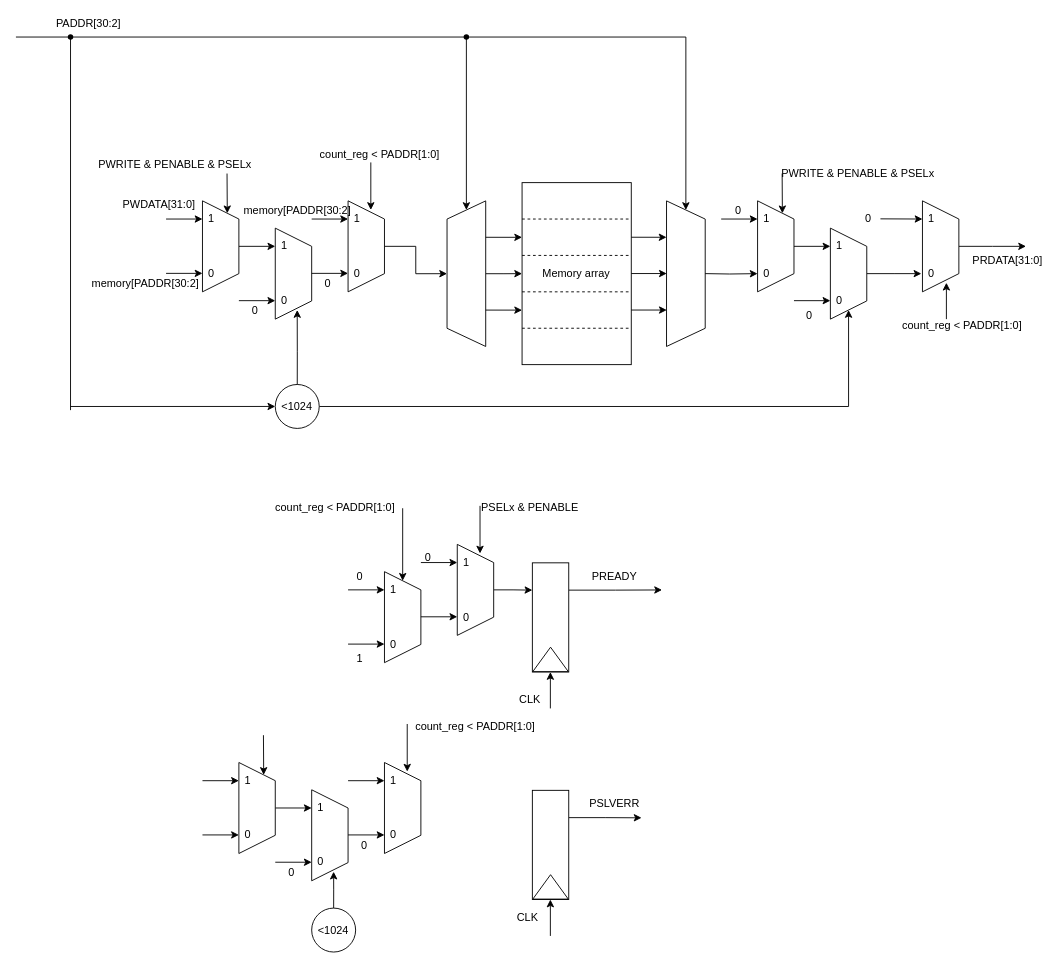
106210049/AMBA-APB keeps this draw.io diagram as page "APB Slave low level" (6 of 6) of APB.drawio. Above is the earlier version. Source tidied: cells renumbered, new cells numbered last; positions are measured from the earlier drawing's top-left corner, leaving out a move shared by most shapes. Both pictures are drawn from the tidied source at 91%, with x=0, y=0 at pixel (15, 15).
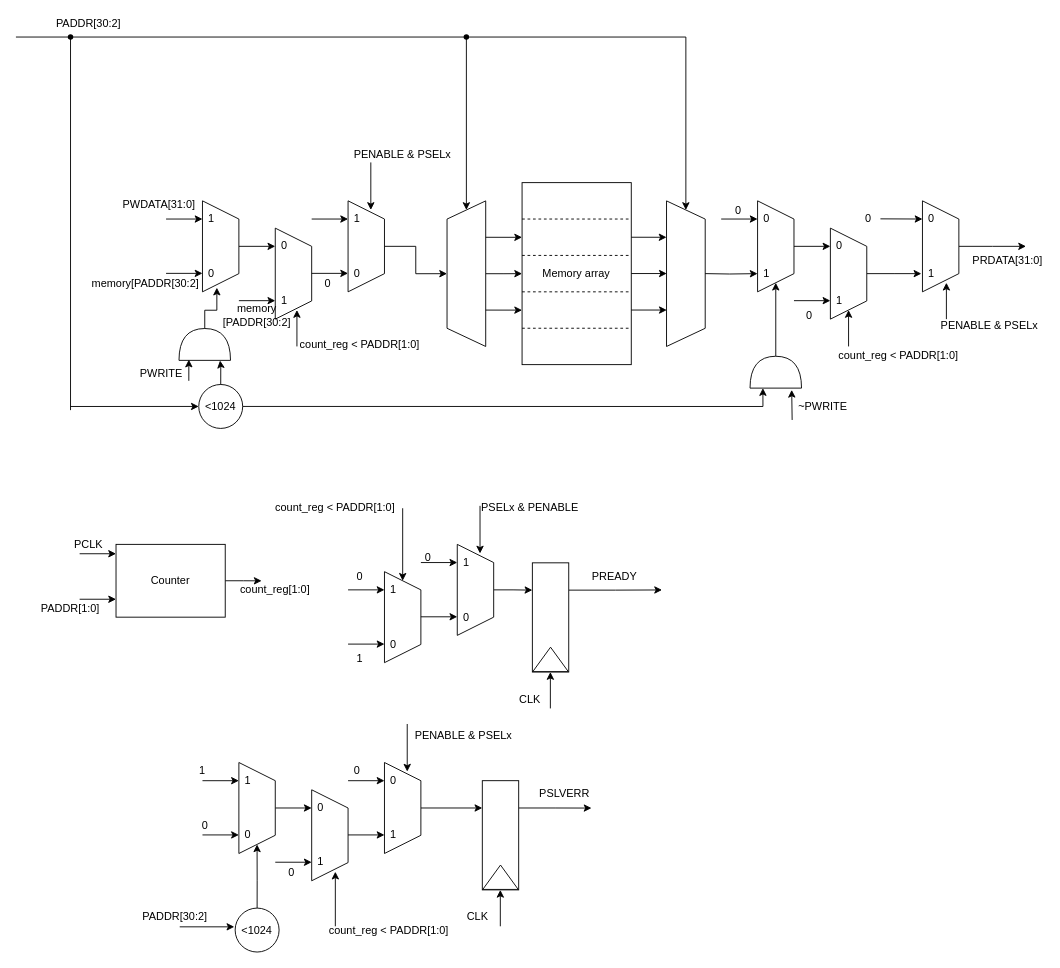
The same diagram, later.

The change refers to these unchanged cells:
```xml
<mxCell id="22" style="shape=trapezoid;perimeter=trapezoidPerimeter;whiteSpace=wrap;html=1;fixedSize=1;rotation=90;" parent="1" vertex="1">
  <mxGeometry x="255" y="264.2" width="100" height="40" as="geometry" />
</mxCell>
<mxCell id="44" style="shape=trapezoid;perimeter=trapezoidPerimeter;whiteSpace=wrap;html=1;fixedSize=1;rotation=90;" parent="1" vertex="1">
  <mxGeometry x="175" y="234.2" width="100" height="40" as="geometry" />
</mxCell>
<mxCell id="56" style="shape=trapezoid;perimeter=trapezoidPerimeter;whiteSpace=wrap;html=1;fixedSize=1;rotation=90;" parent="1" vertex="1">
  <mxGeometry x="785" y="234.2" width="100" height="40" as="geometry" />
</mxCell>
<mxCell id="107" style="shape=trapezoid;perimeter=trapezoidPerimeter;whiteSpace=wrap;html=1;fixedSize=1;rotation=90;" parent="1" vertex="1">
  <mxGeometry x="295" y="881.4" width="100" height="40" as="geometry" />
</mxCell>
<mxCell id="113" style="shape=trapezoid;perimeter=trapezoidPerimeter;whiteSpace=wrap;html=1;fixedSize=1;rotation=90;" parent="1" vertex="1">
  <mxGeometry x="215" y="851.4" width="100" height="40" as="geometry" />
</mxCell>
<mxCell id="121" style="shape=trapezoid;perimeter=trapezoidPerimeter;whiteSpace=wrap;html=1;fixedSize=1;rotation=90;" parent="1" vertex="1">
  <mxGeometry x="375" y="851.4" width="100" height="40" as="geometry" />
</mxCell>
```

The edit, as a diff of the source:
```diff
@@
-    <mxCell id="18" value="PWRITE &amp;amp; PENABLE &amp;amp; PSELx" style="text;html=1;whiteSpace=wrap;strokeColor=none;fillColor=none;align=center;verticalAlign=middle;rounded=0;" parent="1" vertex="1">
-      <mxGeometry x="70" y="154.9" width="210" height="20" as="geometry" />
+    <mxCell id="18" value="PENABLE &amp;amp; PSELx" style="text;html=1;whiteSpace=wrap;strokeColor=none;fillColor=none;align=center;verticalAlign=middle;rounded=0;" parent="1" vertex="1">
+      <mxGeometry x="370" y="144.2" width="110" height="20" as="geometry" />
     </mxCell>
@@
-    <mxCell id="25" value="0" style="text;html=1;whiteSpace=wrap;strokeColor=none;fillColor=none;align=center;verticalAlign=middle;rounded=0;" parent="1" vertex="1">
+    <mxCell id="25" value="1" style="text;html=1;whiteSpace=wrap;strokeColor=none;fillColor=none;align=center;verticalAlign=middle;rounded=0;" parent="1" vertex="1">
       <mxGeometry x="285" y="304.2" width="20" height="20" as="geometry" />
     </mxCell>
-    <mxCell id="26" value="1" style="text;html=1;whiteSpace=wrap;strokeColor=none;fillColor=none;align=center;verticalAlign=middle;rounded=0;" parent="1" vertex="1">
+    <mxCell id="26" value="0" style="text;html=1;whiteSpace=wrap;strokeColor=none;fillColor=none;align=center;verticalAlign=middle;rounded=0;" parent="1" vertex="1">
       <mxGeometry x="285" y="244.2" width="20" height="20" as="geometry" />
     </mxCell>
@@
-    <mxCell id="29" style="edgeStyle=orthogonalEdgeStyle;rounded=0;jettySize=auto;html=1;entryX=1;entryY=1;entryDx=0;entryDy=0;" parent="1" edge="1" source="30" target="54">
-      <mxGeometry relative="1" as="geometry" />
-    </mxCell>
     <mxCell id="30" value="&amp;lt;1024" style="ellipse;whiteSpace=wrap;html=1;" parent="1" vertex="1">
-      <mxGeometry x="285" y="406" width="48.3" height="48.3" as="geometry" />
+      <mxGeometry x="200.9" y="406" width="48.3" height="48.3" as="geometry" />
     </mxCell>
@@
     <mxCell id="36" style="edgeStyle=orthogonalEdgeStyle;rounded=0;jettySize=auto;html=1;exitX=1;exitY=0.25;exitDx=0;exitDy=0;" parent="1" edge="1" source="37">
       <mxGeometry relative="1" as="geometry">
-        <mxPoint x="687.5" y="882.2" as="targetPoint" />
+        <mxPoint x="632.5" y="871.5" as="targetPoint" />
       </mxGeometry>
     </mxCell>
     <mxCell id="37" style="rounded=0;whiteSpace=wrap;html=1;" parent="1" vertex="1">
-      <mxGeometry x="567.5" y="852" width="40" height="120" as="geometry" />
+      <mxGeometry x="512.5" y="841.4" width="40" height="120" as="geometry" />
     </mxCell>
     <mxCell id="38" value="PSLVERR" style="text;html=1;whiteSpace=wrap;strokeColor=none;fillColor=none;align=center;verticalAlign=middle;rounded=0;" parent="1" vertex="1">
-      <mxGeometry x="627.5" y="852" width="60" height="30" as="geometry" />
+      <mxGeometry x="572.5" y="841.4" width="60" height="30" as="geometry" />
     </mxCell>
     <mxCell id="39" style="triangle;whiteSpace=wrap;html=1;rotation=-90;" parent="1" vertex="1">
-      <mxGeometry x="574.1" y="938.6" width="26.8" height="39" as="geometry" />
+      <mxGeometry x="519.1" y="928" width="26.8" height="39" as="geometry" />
     </mxCell>
     <mxCell id="40" style="endArrow=classic;html=1;rounded=0;" parent="1" edge="1">
       <mxGeometry relative="1" as="geometry">
-        <mxPoint x="587.3" y="1012" as="sourcePoint" />
-        <mxPoint x="587.3" y="972" as="targetPoint" />
+        <mxPoint x="532.3" y="1001.4" as="sourcePoint" />
+        <mxPoint x="532.3" y="961.4" as="targetPoint" />
       </mxGeometry>
     </mxCell>
     <mxCell id="41" value="CLK" style="text;strokeColor=none;align=center;fillColor=none;html=1;verticalAlign=middle;whiteSpace=wrap;rounded=0;" parent="1" vertex="1">
-      <mxGeometry x="540" y="982" width="45" height="20" as="geometry" />
+      <mxGeometry x="485" y="981.4" width="45" height="20" as="geometry" />
     </mxCell>
@@
-    <mxCell id="48" style="endArrow=classic;html=1;rounded=0;entryX=0;entryY=0.25;entryDx=0;entryDy=0;" parent="1" edge="1" target="44">
+    <mxCell id="48" style="endArrow=classic;html=1;rounded=0;" parent="1" edge="1">
       <mxGeometry relative="1" as="geometry">
-        <mxPoint x="232" y="174.2" as="sourcePoint" />
+        <mxPoint x="308.8" y="364.2" as="sourcePoint" />
+        <mxPoint x="308.8" y="324.2" as="targetPoint" />
       </mxGeometry>
     </mxCell>
-    <mxCell id="49" value="PWRITE &amp;amp; PENABLE &amp;amp; PSELx" style="text;html=1;whiteSpace=wrap;strokeColor=none;fillColor=none;align=center;verticalAlign=middle;rounded=0;" parent="1" vertex="1">
-      <mxGeometry x="840" y="164.2" width="171.2" height="20" as="geometry" />
+    <mxCell id="49" value="PENABLE &amp;amp; PSELx" style="text;html=1;whiteSpace=wrap;strokeColor=none;fillColor=none;align=center;verticalAlign=middle;rounded=0;" parent="1" vertex="1">
+      <mxGeometry x="1010" y="332" width="120" height="20" as="geometry" />
     </mxCell>
@@
-    <mxCell id="54" value="0" style="text;html=1;whiteSpace=wrap;strokeColor=none;fillColor=none;align=center;verticalAlign=middle;rounded=0;" parent="1" vertex="1">
+    <mxCell id="54" value="1" style="text;html=1;whiteSpace=wrap;strokeColor=none;fillColor=none;align=center;verticalAlign=middle;rounded=0;" parent="1" vertex="1">
       <mxGeometry x="895" y="304.2" width="20" height="20" as="geometry" />
     </mxCell>
-    <mxCell id="55" value="1" style="text;html=1;whiteSpace=wrap;strokeColor=none;fillColor=none;align=center;verticalAlign=middle;rounded=0;" parent="1" vertex="1">
+    <mxCell id="55" value="0" style="text;html=1;whiteSpace=wrap;strokeColor=none;fillColor=none;align=center;verticalAlign=middle;rounded=0;" parent="1" vertex="1">
       <mxGeometry x="895" y="244.2" width="20" height="20" as="geometry" />
     </mxCell>
@@
-    <mxCell id="58" value="0" style="text;html=1;whiteSpace=wrap;strokeColor=none;fillColor=none;align=center;verticalAlign=middle;rounded=0;" parent="1" vertex="1">
+    <mxCell id="58" value="1" style="text;html=1;whiteSpace=wrap;strokeColor=none;fillColor=none;align=center;verticalAlign=middle;rounded=0;" parent="1" vertex="1">
       <mxGeometry x="815" y="274.2" width="20" height="20" as="geometry" />
     </mxCell>
-    <mxCell id="59" value="1" style="text;html=1;whiteSpace=wrap;strokeColor=none;fillColor=none;align=center;verticalAlign=middle;rounded=0;" parent="1" vertex="1">
+    <mxCell id="59" value="0" style="text;html=1;whiteSpace=wrap;strokeColor=none;fillColor=none;align=center;verticalAlign=middle;rounded=0;" parent="1" vertex="1">
       <mxGeometry x="815" y="214.2" width="20" height="20" as="geometry" />
     </mxCell>
-    <mxCell id="60" style="endArrow=classic;html=1;rounded=0;entryX=0;entryY=0.25;entryDx=0;entryDy=0;" parent="1" edge="1" target="56">
-      <mxGeometry relative="1" as="geometry">
-        <mxPoint x="842" y="174.2" as="sourcePoint" />
-      </mxGeometry>
-    </mxCell>
-    <mxCell id="61" style="edgeStyle=orthogonalEdgeStyle;rounded=0;jettySize=auto;html=1;entryX=0.9;entryY=0.397;entryDx=0;entryDy=0;entryPerimeter=0;" parent="1" edge="1" source="30" target="22">
-      <mxGeometry relative="1" as="geometry" />
-    </mxCell>
@@
-    <mxCell id="66" value="0" style="text;html=1;whiteSpace=wrap;strokeColor=none;fillColor=none;align=center;verticalAlign=middle;rounded=0;" parent="1" vertex="1">
-      <mxGeometry x="250" y="310.4" width="26.2" height="30" as="geometry" />
-    </mxCell>
@@
     <mxCell id="79" value="count_reg &amp;lt; PADDR[1:0]" style="text;html=1;whiteSpace=wrap;strokeColor=none;fillColor=none;align=center;verticalAlign=middle;rounded=0;" parent="1" vertex="1">
-      <mxGeometry x="325" y="144.2" width="150" height="20" as="geometry" />
+      <mxGeometry x="303.1" y="352" width="150" height="20" as="geometry" />
     </mxCell>
-    <mxCell id="80" value="memory[PADDR[30:2]" style="text;html=1;whiteSpace=wrap;strokeColor=none;fillColor=none;align=center;verticalAlign=middle;rounded=0;" parent="1" vertex="1">
-      <mxGeometry x="246.6" y="200.4" width="125" height="30" as="geometry" />
+    <mxCell id="80" value="memory&lt;div&gt;[PADDR[30:2]&lt;/div&gt;" style="text;html=1;whiteSpace=wrap;strokeColor=none;fillColor=none;align=center;verticalAlign=middle;rounded=0;" parent="1" vertex="1">
+      <mxGeometry x="240" y="315.4" width="50" height="30" as="geometry" />
     </mxCell>
@@
-    <mxCell id="83" value="0" style="text;html=1;whiteSpace=wrap;strokeColor=none;fillColor=none;align=center;verticalAlign=middle;rounded=0;" parent="1" vertex="1">
+    <mxCell id="83" value="1" style="text;html=1;whiteSpace=wrap;strokeColor=none;fillColor=none;align=center;verticalAlign=middle;rounded=0;" parent="1" vertex="1">
       <mxGeometry x="996.2" y="274.2" width="20" height="20" as="geometry" />
     </mxCell>
-    <mxCell id="84" value="1" style="text;html=1;whiteSpace=wrap;strokeColor=none;fillColor=none;align=center;verticalAlign=middle;rounded=0;" parent="1" vertex="1">
+    <mxCell id="84" value="0" style="text;html=1;whiteSpace=wrap;strokeColor=none;fillColor=none;align=center;verticalAlign=middle;rounded=0;" parent="1" vertex="1">
       <mxGeometry x="996.2" y="214.2" width="20" height="20" as="geometry" />
     </mxCell>
@@
     <mxCell id="88" value="count_reg &amp;lt; PADDR[1:0]" style="text;html=1;whiteSpace=wrap;strokeColor=none;fillColor=none;align=center;verticalAlign=middle;rounded=0;" parent="1" vertex="1">
-      <mxGeometry x="965" y="332" width="150" height="20" as="geometry" />
+      <mxGeometry x="895" y="364.2" width="150" height="20" as="geometry" />
     </mxCell>
@@
-    <mxCell id="110" value="0" style="text;html=1;whiteSpace=wrap;strokeColor=none;fillColor=none;align=center;verticalAlign=middle;rounded=0;" parent="1" vertex="1">
+    <mxCell id="110" value="1" style="text;html=1;whiteSpace=wrap;strokeColor=none;fillColor=none;align=center;verticalAlign=middle;rounded=0;" parent="1" vertex="1">
       <mxGeometry x="325" y="921.4" width="20" height="20" as="geometry" />
     </mxCell>
-    <mxCell id="111" value="1" style="text;html=1;whiteSpace=wrap;strokeColor=none;fillColor=none;align=center;verticalAlign=middle;rounded=0;" parent="1" vertex="1">
+    <mxCell id="111" value="0" style="text;html=1;whiteSpace=wrap;strokeColor=none;fillColor=none;align=center;verticalAlign=middle;rounded=0;" parent="1" vertex="1">
       <mxGeometry x="325" y="861.4" width="20" height="20" as="geometry" />
     </mxCell>
+    <mxCell id="129" style="edgeStyle=orthogonalEdgeStyle;rounded=0;jettySize=auto;html=1;entryX=1;entryY=0.5;entryDx=0;entryDy=0;" parent="1" edge="1" source="112" target="113">
+      <mxGeometry relative="1" as="geometry" />
+    </mxCell>
     <mxCell id="112" value="&amp;lt;1024" style="ellipse;whiteSpace=wrap;html=1;" parent="1" vertex="1">
-      <mxGeometry x="325" y="981.4" width="48.3" height="48.3" as="geometry" />
+      <mxGeometry x="240.9" y="981.4" width="48.3" height="48.3" as="geometry" />
     </mxCell>
@@
-    <mxCell id="117" style="endArrow=classic;html=1;rounded=0;entryX=0;entryY=0.25;entryDx=0;entryDy=0;" parent="1" edge="1" target="113">
-      <mxGeometry relative="1" as="geometry">
-        <mxPoint x="272" y="791.4" as="sourcePoint" />
-      </mxGeometry>
-    </mxCell>
-    <mxCell id="118" style="edgeStyle=orthogonalEdgeStyle;rounded=0;jettySize=auto;html=1;entryX=0.9;entryY=0.397;entryDx=0;entryDy=0;entryPerimeter=0;" parent="1" edge="1" source="112" target="107">
-      <mxGeometry relative="1" as="geometry" />
-    </mxCell>
@@
+    <mxCell id="130" style="edgeStyle=orthogonalEdgeStyle;rounded=0;jettySize=auto;html=1;exitX=0.5;exitY=0;exitDx=0;exitDy=0;entryX=0;entryY=0.25;entryDx=0;entryDy=0;" parent="1" edge="1" source="121" target="37">
+      <mxGeometry relative="1" as="geometry" />
+    </mxCell>
@@
-    <mxCell id="124" value="0" style="text;html=1;whiteSpace=wrap;strokeColor=none;fillColor=none;align=center;verticalAlign=middle;rounded=0;" parent="1" vertex="1">
+    <mxCell id="124" value="1" style="text;html=1;whiteSpace=wrap;strokeColor=none;fillColor=none;align=center;verticalAlign=middle;rounded=0;" parent="1" vertex="1">
       <mxGeometry x="405" y="891.4" width="20" height="20" as="geometry" />
     </mxCell>
-    <mxCell id="125" value="1" style="text;html=1;whiteSpace=wrap;strokeColor=none;fillColor=none;align=center;verticalAlign=middle;rounded=0;" parent="1" vertex="1">
+    <mxCell id="125" value="0" style="text;html=1;whiteSpace=wrap;strokeColor=none;fillColor=none;align=center;verticalAlign=middle;rounded=0;" parent="1" vertex="1">
       <mxGeometry x="405" y="831.4" width="20" height="20" as="geometry" />
     </mxCell>
-    <mxCell id="126" value="0" style="text;html=1;whiteSpace=wrap;strokeColor=none;fillColor=none;align=center;verticalAlign=middle;rounded=0;" parent="1" vertex="1">
-      <mxGeometry x="370" y="897.5" width="26.2" height="30" as="geometry" />
-    </mxCell>
@@
     <mxCell id="128" value="count_reg &amp;lt; PADDR[1:0]" style="text;html=1;whiteSpace=wrap;strokeColor=none;fillColor=none;align=center;verticalAlign=middle;rounded=0;" parent="1" vertex="1">
-      <mxGeometry x="430" y="772" width="150" height="20" as="geometry" />
+      <mxGeometry x="335" y="995.5" width="150" height="20" as="geometry" />
     </mxCell>
+    <mxCell id="131" style="shape=or;whiteSpace=wrap;html=1;rotation=-90;" parent="1" vertex="1">
+      <mxGeometry x="190" y="333.7" width="35" height="56.6" as="geometry" />
+    </mxCell>
+    <mxCell id="132" style="edgeStyle=orthogonalEdgeStyle;rounded=0;jettySize=auto;html=1;entryX=0.954;entryY=0.605;entryDx=0;entryDy=0;entryPerimeter=0;" parent="1" edge="1" source="131" target="44">
+      <mxGeometry relative="1" as="geometry" />
+    </mxCell>
+    <mxCell id="133" style="edgeStyle=orthogonalEdgeStyle;rounded=0;jettySize=auto;html=1;entryX=-0.005;entryY=0.797;entryDx=0;entryDy=0;entryPerimeter=0;" parent="1" edge="1" source="30" target="131">
+      <mxGeometry relative="1" as="geometry" />
+    </mxCell>
+    <mxCell id="134" style="endArrow=classic;html=1;rounded=0;entryX=0.024;entryY=0.191;entryDx=0;entryDy=0;entryPerimeter=0;" parent="1" edge="1" target="131">
+      <mxGeometry relative="1" as="geometry">
+        <mxPoint x="190" y="402" as="sourcePoint" />
+      </mxGeometry>
+    </mxCell>
+    <mxCell id="135" value="PWRITE" style="text;html=1;whiteSpace=wrap;strokeColor=none;fillColor=none;align=center;verticalAlign=middle;rounded=0;" parent="1" vertex="1">
+      <mxGeometry x="125" y="384.2" width="70" height="20" as="geometry" />
+    </mxCell>
+    <mxCell id="136" style="endArrow=classic;html=1;rounded=0;" parent="1" edge="1">
+      <mxGeometry relative="1" as="geometry">
+        <mxPoint x="915" y="364.2" as="sourcePoint" />
+        <mxPoint x="915" y="324.2" as="targetPoint" />
+      </mxGeometry>
+    </mxCell>
+    <mxCell id="137" style="edgeStyle=orthogonalEdgeStyle;rounded=0;jettySize=auto;html=1;" parent="1" edge="1" source="138" target="56">
+      <mxGeometry relative="1" as="geometry" />
+    </mxCell>
+    <mxCell id="138" style="shape=or;whiteSpace=wrap;html=1;rotation=-90;" parent="1" vertex="1">
+      <mxGeometry x="817.5" y="364.2" width="35" height="56.6" as="geometry" />
+    </mxCell>
+    <mxCell id="139" style="edgeStyle=orthogonalEdgeStyle;rounded=0;jettySize=auto;html=1;exitX=1;exitY=0.5;exitDx=0;exitDy=0;entryX=0;entryY=0.25;entryDx=0;entryDy=0;entryPerimeter=0;" parent="1" edge="1" source="30" target="138">
+      <mxGeometry relative="1" as="geometry" />
+    </mxCell>
+    <mxCell id="140" style="endArrow=classic;html=1;rounded=0;entryX=-0.055;entryY=0.809;entryDx=0;entryDy=0;entryPerimeter=0;" parent="1" edge="1" target="138">
+      <mxGeometry relative="1" as="geometry">
+        <mxPoint x="853" y="445" as="sourcePoint" />
+      </mxGeometry>
+    </mxCell>
+    <mxCell id="141" value="~PWRITE" style="text;html=1;whiteSpace=wrap;strokeColor=none;fillColor=none;align=center;verticalAlign=middle;rounded=0;" parent="1" vertex="1">
+      <mxGeometry x="853.8" y="420.9" width="66.2" height="20" as="geometry" />
+    </mxCell>
+    <mxCell id="142" value="PENABLE &amp;amp; PSELx" style="text;html=1;whiteSpace=wrap;strokeColor=none;fillColor=none;align=center;verticalAlign=middle;rounded=0;" parent="1" vertex="1">
+      <mxGeometry x="432.5" y="782" width="117.5" height="20" as="geometry" />
+    </mxCell>
+    <mxCell id="143" style="endArrow=classic;html=1;rounded=0;" parent="1" edge="1">
+      <mxGeometry relative="1" as="geometry">
+        <mxPoint x="351" y="1001.4" as="sourcePoint" />
+        <mxPoint x="351" y="941.4" as="targetPoint" />
+      </mxGeometry>
+    </mxCell>
+    <mxCell id="144" style="endArrow=classic;html=1;rounded=0;" parent="1" edge="1">
+      <mxGeometry relative="1" as="geometry">
+        <mxPoint x="180" y="1002" as="sourcePoint" />
+        <mxPoint x="240" y="1002" as="targetPoint" />
+      </mxGeometry>
+    </mxCell>
+    <mxCell id="145" value="PADDR[30:2]" style="text;strokeColor=none;align=center;fillColor=none;html=1;verticalAlign=middle;whiteSpace=wrap;rounded=0;" parent="1" vertex="1">
+      <mxGeometry x="135" y="981.4" width="80" height="20" as="geometry" />
+    </mxCell>
+    <mxCell id="146" value="1" style="text;strokeColor=none;align=center;fillColor=none;html=1;verticalAlign=middle;whiteSpace=wrap;rounded=0;" parent="1" vertex="1">
+      <mxGeometry x="195" y="821.4" width="20" height="20" as="geometry" />
+    </mxCell>
+    <mxCell id="147" value="0" style="text;strokeColor=none;align=center;fillColor=none;html=1;verticalAlign=middle;whiteSpace=wrap;rounded=0;" parent="1" vertex="1">
+      <mxGeometry x="197.5" y="881.4" width="20" height="20" as="geometry" />
+    </mxCell>
+    <mxCell id="148" value="0" style="text;strokeColor=none;align=center;fillColor=none;html=1;verticalAlign=middle;whiteSpace=wrap;rounded=0;" parent="1" vertex="1">
+      <mxGeometry x="365" y="821.4" width="20" height="20" as="geometry" />
+    </mxCell>
+    <mxCell id="149" style="edgeStyle=orthogonalEdgeStyle;rounded=0;jettySize=auto;html=1;exitX=1;exitY=0.5;exitDx=0;exitDy=0;" parent="1" edge="1" source="150">
+      <mxGeometry relative="1" as="geometry">
+        <mxPoint x="270" y="621.8" as="targetPoint" />
+      </mxGeometry>
+    </mxCell>
+    <mxCell id="150" value="Counter" style="rounded=0;whiteSpace=wrap;html=1;" parent="1" vertex="1">
+      <mxGeometry x="110" y="581.7" width="120" height="80" as="geometry" />
+    </mxCell>
+    <mxCell id="151" style="endArrow=classic;html=1;rounded=0;" parent="1" edge="1">
+      <mxGeometry relative="1" as="geometry">
+        <mxPoint x="70" y="592" as="sourcePoint" />
+        <mxPoint x="110" y="592" as="targetPoint" />
+      </mxGeometry>
+    </mxCell>
+    <mxCell id="152" style="endArrow=classic;html=1;rounded=0;" parent="1" edge="1">
+      <mxGeometry relative="1" as="geometry">
+        <mxPoint x="70" y="642" as="sourcePoint" />
+        <mxPoint x="110" y="642" as="targetPoint" />
+      </mxGeometry>
+    </mxCell>
+    <mxCell id="153" value="PCLK" style="text;html=1;whiteSpace=wrap;strokeColor=none;fillColor=none;align=center;verticalAlign=middle;rounded=0;" parent="1" vertex="1">
+      <mxGeometry x="60" y="571.7" width="40" height="20" as="geometry" />
+    </mxCell>
+    <mxCell id="154" value="count_reg[1:0]" style="text;html=1;whiteSpace=wrap;strokeColor=none;fillColor=none;align=center;verticalAlign=middle;rounded=0;" parent="1" vertex="1">
+      <mxGeometry x="240" y="621.7" width="90" height="20" as="geometry" />
+    </mxCell>
+    <mxCell id="155" value="PADDR[1:0]" style="text;html=1;whiteSpace=wrap;strokeColor=none;fillColor=none;align=center;verticalAlign=middle;rounded=0;" parent="1" vertex="1">
+      <mxGeometry x="20" y="641.7" width="80" height="20" as="geometry" />
+    </mxCell>
```
